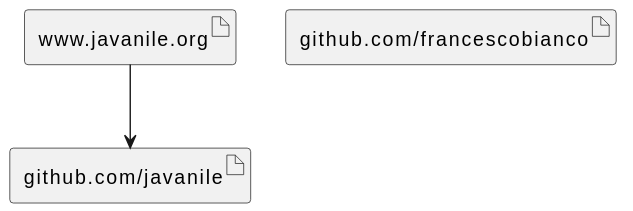
The PlantUML diagram docs/assets.svg in francescobianco/assets, before a commit.
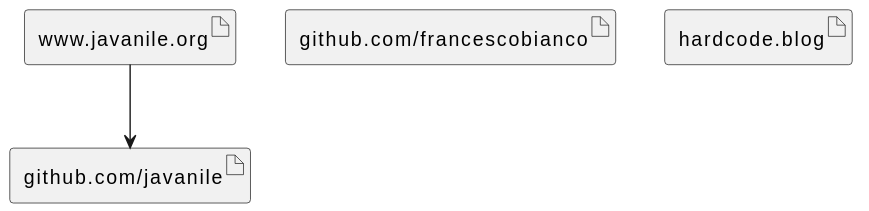
After the commit.

The edit, as a diff of the source:
```diff
@@ -4,6 +4,7 @@
 artifact "github.com/javanile"
 
 artifact "github.com/francescobianco"
+artifact "hardcode.blog"
 
 
 [www.javanile.org] --> [github.com/javanile]
```
